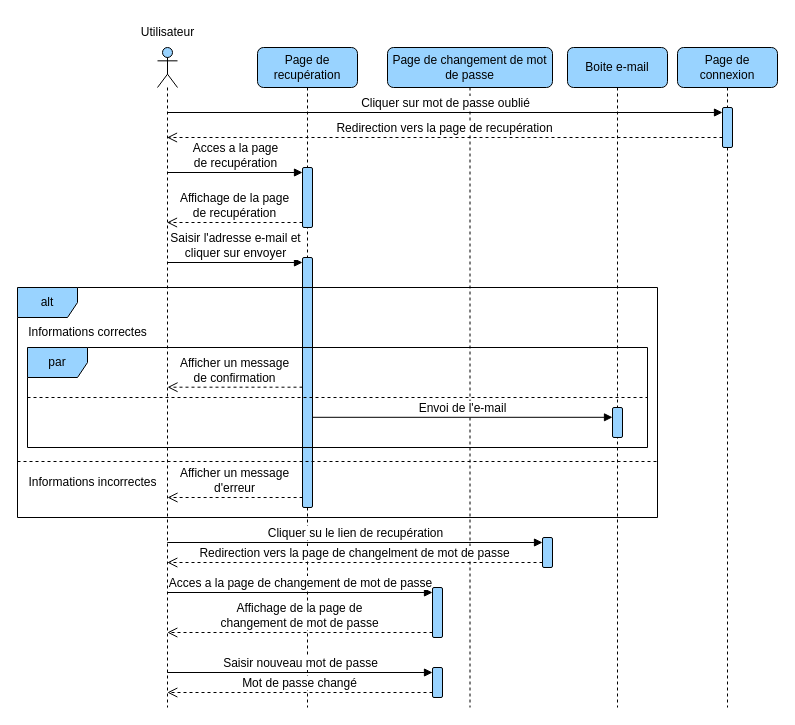
Before: page "password-reset" (3 of 6) of diagrams/sequence.drawio in devlotfi/peage-pay, a draw.io diagram. Source tidied: cells renumbered, new cells numbered last; positions are measured from the earlier drawing's top-left corner, leaving out a move shared by most shapes. Both pictures are drawn from the tidied source at 100%, with x=0, y=0 at pixel (17, 17).
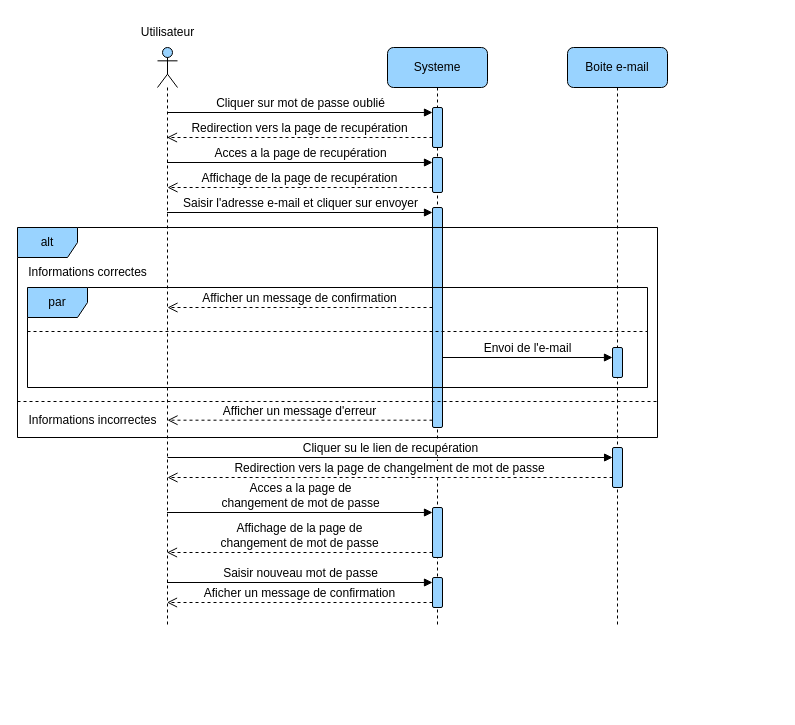
The same diagram, later.

Diff of the diagram source:
```diff
@@
     <mxCell id="2" style="shape=umlLifeline;perimeter=lifelinePerimeter;whiteSpace=wrap;html=1;outlineConnect=0;portConstraint=eastwest;newEdgeStyle={&quot;curved&quot;:0,&quot;rounded&quot;:0};participant=umlActor;rounded=1;strokeColor=default;align=center;verticalAlign=middle;fontFamily=Helvetica;fontSize=12;fontColor=default;fontStyle=0;fillColor=#99D3FF;" parent="1" vertex="1">
-      <mxGeometry x="140" y="30" width="20" height="660" as="geometry" />
+      <mxGeometry x="140" y="30" width="20" height="580" as="geometry" />
     </mxCell>
-    <mxCell id="3" value="Page de connexion" style="shape=umlLifeline;perimeter=lifelinePerimeter;whiteSpace=wrap;html=1;newEdgeStyle={&quot;curved&quot;:0,&quot;rounded&quot;:0};rounded=1;strokeColor=default;align=center;verticalAlign=middle;fontFamily=Helvetica;fontSize=12;fontColor=default;fontStyle=0;fillColor=#99D3FF;" parent="1" vertex="1">
-      <mxGeometry x="660" y="30" width="100" height="660" as="geometry" />
-    </mxCell>
-    <mxCell id="4" style="html=1;points=[[0,0,0,0,5],[0,1,0,0,-5],[1,0,0,0,5],[1,1,0,0,-5]];perimeter=orthogonalPerimeter;outlineConnect=0;targetShapes=umlLifeline;portConstraint=eastwest;newEdgeStyle={&quot;curved&quot;:0,&quot;rounded&quot;:0};rounded=1;strokeColor=default;align=center;verticalAlign=middle;fontFamily=Helvetica;fontSize=12;fontColor=default;fontStyle=0;fillColor=#99D3FF;" parent="3" vertex="1">
-      <mxGeometry x="45" y="60" width="10" height="40" as="geometry" />
-    </mxCell>
-    <mxCell id="5" value="Page de recupération" style="shape=umlLifeline;perimeter=lifelinePerimeter;whiteSpace=wrap;html=1;newEdgeStyle={&quot;curved&quot;:0,&quot;rounded&quot;:0};rounded=1;strokeColor=default;align=center;verticalAlign=middle;fontFamily=Helvetica;fontSize=12;fontColor=default;fontStyle=0;fillColor=#99D3FF;" parent="1" vertex="1">
-      <mxGeometry x="240" y="30" width="100" height="660" as="geometry" />
-    </mxCell>
-    <mxCell id="6" style="html=1;points=[[0,0,0,0,5],[0,1,0,0,-5],[1,0,0,0,5],[1,1,0,0,-5]];perimeter=orthogonalPerimeter;outlineConnect=0;targetShapes=umlLifeline;portConstraint=eastwest;newEdgeStyle={&quot;curved&quot;:0,&quot;rounded&quot;:0};rounded=1;strokeColor=default;align=center;verticalAlign=middle;fontFamily=Helvetica;fontSize=12;fontColor=default;fontStyle=0;fillColor=#99D3FF;" parent="5" vertex="1">
-      <mxGeometry x="45" y="120" width="10" height="60" as="geometry" />
-    </mxCell>
-    <mxCell id="7" style="html=1;points=[[0,0,0,0,5],[0,1,0,0,-5],[1,0,0,0,5],[1,1,0,0,-5]];perimeter=orthogonalPerimeter;outlineConnect=0;targetShapes=umlLifeline;portConstraint=eastwest;newEdgeStyle={&quot;curved&quot;:0,&quot;rounded&quot;:0};rounded=1;strokeColor=default;align=center;verticalAlign=middle;fontFamily=Helvetica;fontSize=12;fontColor=default;fontStyle=0;fillColor=#99D3FF;" parent="5" vertex="1">
-      <mxGeometry x="45" y="210" width="10" height="250" as="geometry" />
-    </mxCell>
-    <mxCell id="8" value="Page de changement de mot de passe" style="shape=umlLifeline;perimeter=lifelinePerimeter;whiteSpace=wrap;html=1;newEdgeStyle={&quot;curved&quot;:0,&quot;rounded&quot;:0};rounded=1;strokeColor=default;align=center;verticalAlign=middle;fontFamily=Helvetica;fontSize=12;fontColor=default;fontStyle=0;fillColor=#99D3FF;" parent="1" vertex="1">
-      <mxGeometry x="370" y="30" width="165" height="660" as="geometry" />
+    <mxCell id="8" value="Systeme" style="shape=umlLifeline;perimeter=lifelinePerimeter;whiteSpace=wrap;html=1;newEdgeStyle={&quot;curved&quot;:0,&quot;rounded&quot;:0};rounded=1;strokeColor=default;align=center;verticalAlign=middle;fontFamily=Helvetica;fontSize=12;fontColor=default;fontStyle=0;fillColor=#99D3FF;" parent="1" vertex="1">
+      <mxGeometry x="370" y="30" width="100" height="580" as="geometry" />
     </mxCell>
     <mxCell id="9" style="html=1;points=[[0,0,0,0,5],[0,1,0,0,-5],[1,0,0,0,5],[1,1,0,0,-5]];perimeter=orthogonalPerimeter;outlineConnect=0;targetShapes=umlLifeline;portConstraint=eastwest;newEdgeStyle={&quot;curved&quot;:0,&quot;rounded&quot;:0};rounded=1;strokeColor=default;align=center;verticalAlign=middle;fontFamily=Helvetica;fontSize=12;fontColor=default;fontStyle=0;fillColor=#99D3FF;" parent="8" vertex="1">
-      <mxGeometry x="45" y="540" width="10" height="50" as="geometry" />
+      <mxGeometry x="45" y="460" width="10" height="50" as="geometry" />
     </mxCell>
     <mxCell id="10" style="html=1;points=[[0,0,0,0,5],[0,1,0,0,-5],[1,0,0,0,5],[1,1,0,0,-5]];perimeter=orthogonalPerimeter;outlineConnect=0;targetShapes=umlLifeline;portConstraint=eastwest;newEdgeStyle={&quot;curved&quot;:0,&quot;rounded&quot;:0};rounded=1;strokeColor=default;align=center;verticalAlign=middle;fontFamily=Helvetica;fontSize=12;fontColor=default;fontStyle=0;fillColor=#99D3FF;" parent="8" vertex="1">
-      <mxGeometry x="45" y="620" width="10" height="30" as="geometry" />
+      <mxGeometry x="45" y="530" width="10" height="30" as="geometry" />
     </mxCell>
-    <mxCell id="11" style="html=1;points=[[0,0,0,0,5],[0,1,0,0,-5],[1,0,0,0,5],[1,1,0,0,-5]];perimeter=orthogonalPerimeter;outlineConnect=0;targetShapes=umlLifeline;portConstraint=eastwest;newEdgeStyle={&quot;curved&quot;:0,&quot;rounded&quot;:0};rounded=1;strokeColor=default;align=center;verticalAlign=middle;fontFamily=Helvetica;fontSize=12;fontColor=default;fontStyle=0;fillColor=#99D3FF;" parent="8" vertex="1">
-      <mxGeometry x="155" y="490" width="10" height="30" as="geometry" />
-    </mxCell>
-    <mxCell id="12" value="Cliquer su le lien de recupération" style="html=1;verticalAlign=bottom;endArrow=block;curved=0;rounded=0;fontFamily=Helvetica;fontSize=12;fontColor=default;fontStyle=0;" parent="8" edge="1">
-      <mxGeometry relative="1" as="geometry">
-        <mxPoint x="-220.2" y="495" as="sourcePoint" />
-        <mxPoint x="155" y="495" as="targetPoint" />
-      </mxGeometry>
-    </mxCell>
-    <mxCell id="13" value="Redirection vers la page de changelment de mot de passe" style="html=1;verticalAlign=bottom;endArrow=open;dashed=1;endSize=8;curved=0;rounded=0;exitX=0;exitY=1;exitDx=0;exitDy=-5;fontFamily=Helvetica;fontSize=12;fontColor=default;fontStyle=0;" parent="8" edge="1" source="11">
-      <mxGeometry relative="1" as="geometry">
-        <mxPoint x="-220.2" y="515" as="targetPoint" />
-      </mxGeometry>
-    </mxCell>
-    <mxCell id="14" value="Acces a la page de changement de mot de passe" style="html=1;verticalAlign=bottom;endArrow=block;curved=0;rounded=0;entryX=0;entryY=0;entryDx=0;entryDy=5;fontFamily=Helvetica;fontSize=12;fontColor=default;fontStyle=0;" parent="8" edge="1" target="9">
-      <mxGeometry relative="1" as="geometry">
-        <mxPoint x="-220.2" y="545" as="sourcePoint" />
-      </mxGeometry>
-    </mxCell>
-    <mxCell id="15" value="Affichage de la page de&lt;br&gt;changement de mot de passe" style="html=1;verticalAlign=bottom;endArrow=open;dashed=1;endSize=8;curved=0;rounded=0;exitX=0;exitY=1;exitDx=0;exitDy=-5;fontFamily=Helvetica;fontSize=12;fontColor=default;fontStyle=0;" parent="8" edge="1" source="9">
-      <mxGeometry relative="1" as="geometry">
-        <mxPoint x="-220.2" y="585" as="targetPoint" />
-      </mxGeometry>
-    </mxCell>
-    <mxCell id="16" value="Saisir nouveau mot de passe" style="html=1;verticalAlign=bottom;endArrow=block;curved=0;rounded=0;entryX=0;entryY=0;entryDx=0;entryDy=5;fontFamily=Helvetica;fontSize=12;fontColor=default;fontStyle=0;" parent="8" edge="1" target="10">
-      <mxGeometry relative="1" as="geometry">
-        <mxPoint x="-220.2" y="625" as="sourcePoint" />
-      </mxGeometry>
-    </mxCell>
-    <mxCell id="17" value="Mot de passe changé" style="html=1;verticalAlign=bottom;endArrow=open;dashed=1;endSize=8;curved=0;rounded=0;exitX=0;exitY=1;exitDx=0;exitDy=-5;fontFamily=Helvetica;fontSize=12;fontColor=default;fontStyle=0;" parent="8" edge="1" source="10">
-      <mxGeometry relative="1" as="geometry">
-        <mxPoint x="-220.2" y="645" as="targetPoint" />
-      </mxGeometry>
-    </mxCell>
+    <mxCell id="4" style="html=1;points=[[0,0,0,0,5],[0,1,0,0,-5],[1,0,0,0,5],[1,1,0,0,-5]];perimeter=orthogonalPerimeter;outlineConnect=0;targetShapes=umlLifeline;portConstraint=eastwest;newEdgeStyle={&quot;curved&quot;:0,&quot;rounded&quot;:0};rounded=1;strokeColor=default;align=center;verticalAlign=middle;fontFamily=Helvetica;fontSize=12;fontColor=default;fontStyle=0;fillColor=#99D3FF;" parent="8" vertex="1">
+      <mxGeometry x="45" y="60" width="10" height="40" as="geometry" />
+    </mxCell>
+    <mxCell id="6" style="html=1;points=[[0,0,0,0,5],[0,1,0,0,-5],[1,0,0,0,5],[1,1,0,0,-5]];perimeter=orthogonalPerimeter;outlineConnect=0;targetShapes=umlLifeline;portConstraint=eastwest;newEdgeStyle={&quot;curved&quot;:0,&quot;rounded&quot;:0};rounded=1;strokeColor=default;align=center;verticalAlign=middle;fontFamily=Helvetica;fontSize=12;fontColor=default;fontStyle=0;fillColor=#99D3FF;" parent="8" vertex="1">
+      <mxGeometry x="45" y="110" width="10" height="35" as="geometry" />
+    </mxCell>
+    <mxCell id="7" style="html=1;points=[[0,0,0,0,5],[0,1,0,0,-5],[1,0,0,0,5],[1,1,0,0,-5]];perimeter=orthogonalPerimeter;outlineConnect=0;targetShapes=umlLifeline;portConstraint=eastwest;newEdgeStyle={&quot;curved&quot;:0,&quot;rounded&quot;:0};rounded=1;strokeColor=default;align=center;verticalAlign=middle;fontFamily=Helvetica;fontSize=12;fontColor=default;fontStyle=0;fillColor=#99D3FF;" parent="8" vertex="1">
+      <mxGeometry x="45" y="160" width="10" height="220" as="geometry" />
+    </mxCell>
     <mxCell id="18" value="Boite e-mail" style="shape=umlLifeline;perimeter=lifelinePerimeter;whiteSpace=wrap;html=1;newEdgeStyle={&quot;curved&quot;:0,&quot;rounded&quot;:0};rounded=1;strokeColor=default;align=center;verticalAlign=middle;fontFamily=Helvetica;fontSize=12;fontColor=default;fontStyle=0;fillColor=#99D3FF;" parent="1" vertex="1">
-      <mxGeometry x="550" y="30" width="100" height="660" as="geometry" />
+      <mxGeometry x="550" y="30" width="100" height="580" as="geometry" />
     </mxCell>
     <mxCell id="19" style="html=1;perimeter=orthogonalPerimeter;targetShapes=umlLifeline;newEdgeStyle={&quot;curved&quot;:0,&quot;rounded&quot;:0};rounded=1;strokeColor=default;align=center;verticalAlign=middle;fontFamily=Helvetica;fontSize=12;fontColor=default;fontStyle=0;fillColor=#99D3FF;" parent="18" vertex="1">
-      <mxGeometry x="45" y="360" width="10" height="30" as="geometry" />
+      <mxGeometry x="45" y="300" width="10" height="30" as="geometry" />
     </mxCell>
+    <mxCell id="11" style="html=1;points=[[0,0,0,0,5],[0,1,0,0,-5],[1,0,0,0,5],[1,1,0,0,-5]];perimeter=orthogonalPerimeter;outlineConnect=0;targetShapes=umlLifeline;portConstraint=eastwest;newEdgeStyle={&quot;curved&quot;:0,&quot;rounded&quot;:0};rounded=1;strokeColor=default;align=center;verticalAlign=middle;fontFamily=Helvetica;fontSize=12;fontColor=default;fontStyle=0;fillColor=#99D3FF;" parent="18" vertex="1">
+      <mxGeometry x="45" y="400" width="10" height="40" as="geometry" />
+    </mxCell>
@@
-    <mxCell id="21" value="Redirection vers la page de recupération" style="html=1;verticalAlign=bottom;endArrow=open;dashed=1;endSize=8;curved=0;rounded=0;exitX=0;exitY=1;exitDx=0;exitDy=-5;fontFamily=Helvetica;fontSize=12;fontColor=default;fontStyle=0;" parent="1" edge="1">
+    <mxCell id="21" value="Redirection vers la page de recupération" style="html=1;verticalAlign=bottom;endArrow=open;dashed=1;endSize=8;curved=0;rounded=0;fontFamily=Helvetica;fontSize=12;fontColor=default;fontStyle=0;" parent="1" edge="1" source="4">
       <mxGeometry relative="1" as="geometry">
-        <mxPoint x="705" y="120" as="sourcePoint" />
         <mxPoint x="149.5" y="120" as="targetPoint" />
       </mxGeometry>
     </mxCell>
-    <mxCell id="22" value="Acces a la page&lt;br&gt;de recupération" style="html=1;verticalAlign=bottom;endArrow=block;curved=0;rounded=0;entryX=0;entryY=0;entryDx=0;entryDy=5;fontFamily=Helvetica;fontSize=12;fontColor=default;fontStyle=0;" parent="1" edge="1" source="2" target="6">
+    <mxCell id="22" value="Acces a la page de recupération" style="html=1;verticalAlign=bottom;endArrow=block;curved=0;rounded=0;entryX=0;entryY=0;entryDx=0;entryDy=5;fontFamily=Helvetica;fontSize=12;fontColor=default;fontStyle=0;" parent="1" edge="1" source="2" target="6">
       <mxGeometry relative="1" as="geometry" />
     </mxCell>
-    <mxCell id="23" value="Affichage de la page&lt;br style=&quot;border-color: var(--border-color);&quot;&gt;de recupération" style="html=1;verticalAlign=bottom;endArrow=open;dashed=1;endSize=8;curved=0;rounded=0;exitX=0;exitY=1;exitDx=0;exitDy=-5;fontFamily=Helvetica;fontSize=12;fontColor=default;fontStyle=0;" parent="1" edge="1" source="6" target="2">
-      <mxGeometry relative="1" as="geometry" />
+    <mxCell id="23" value="Affichage de la page de recupération" style="html=1;verticalAlign=bottom;endArrow=open;dashed=1;endSize=8;curved=0;rounded=0;exitX=0;exitY=1;exitDx=0;exitDy=-5;fontFamily=Helvetica;fontSize=12;fontColor=default;fontStyle=0;" parent="1" edge="1">
+      <mxGeometry relative="1" as="geometry">
+        <mxPoint x="415.1" y="170" as="sourcePoint" />
+        <mxPoint x="150" y="170" as="targetPoint" />
+      </mxGeometry>
     </mxCell>
-    <mxCell id="24" value="Saisir l'adresse e-mail et&lt;br&gt;cliquer sur envoyer" style="html=1;verticalAlign=bottom;endArrow=block;curved=0;rounded=0;entryX=0;entryY=0;entryDx=0;entryDy=5;fontFamily=Helvetica;fontSize=12;fontColor=default;fontStyle=0;" parent="1" edge="1" source="2" target="7">
+    <mxCell id="24" value="Saisir l'adresse e-mail et cliquer sur envoyer" style="html=1;verticalAlign=bottom;endArrow=block;curved=0;rounded=0;entryX=0;entryY=0;entryDx=0;entryDy=5;fontFamily=Helvetica;fontSize=12;fontColor=default;fontStyle=0;" parent="1" edge="1" source="2" target="7">
       <mxGeometry relative="1" as="geometry" />
     </mxCell>
     <mxCell id="25" value="alt" style="shape=umlFrame;whiteSpace=wrap;html=1;rounded=1;strokeColor=default;align=center;verticalAlign=middle;fontFamily=Helvetica;fontSize=12;fontColor=default;fontStyle=0;fillColor=#99D3FF;" parent="1" vertex="1">
-      <mxGeometry y="270" width="640" height="230" as="geometry" />
+      <mxGeometry y="210" width="640" height="210" as="geometry" />
     </mxCell>
     <mxCell id="26" value="Informations correctes" style="text;html=1;align=center;verticalAlign=middle;strokeColor=none;fillColor=none;fontFamily=Helvetica;fontSize=12;fontColor=default;fontStyle=0;" parent="1" vertex="1">
-      <mxGeometry y="300" width="140" height="30" as="geometry" />
+      <mxGeometry y="240" width="140" height="30" as="geometry" />
     </mxCell>
     <mxCell id="27" value="Informations incorrectes" style="text;html=1;align=center;verticalAlign=middle;strokeColor=none;fillColor=none;fontFamily=Helvetica;fontSize=12;fontColor=default;fontStyle=0;" parent="1" vertex="1">
-      <mxGeometry y="450" width="150" height="30" as="geometry" />
+      <mxGeometry y="388" width="150" height="30" as="geometry" />
     </mxCell>
-    <mxCell id="28" value="Afficher un message&lt;br&gt;d'erreur" style="html=1;verticalAlign=bottom;endArrow=open;dashed=1;endSize=8;curved=0;rounded=0;fontFamily=Helvetica;fontSize=12;fontColor=default;fontStyle=0;" parent="1" edge="1">
+    <mxCell id="28" value="Afficher un message d'erreur" style="html=1;verticalAlign=bottom;endArrow=open;dashed=1;endSize=8;curved=0;rounded=0;fontFamily=Helvetica;fontSize=12;fontColor=default;fontStyle=0;" parent="1" edge="1" source="7">
       <mxGeometry relative="1" as="geometry">
-        <mxPoint x="285.1" y="480" as="sourcePoint" />
-        <mxPoint x="150" y="480" as="targetPoint" />
+        <mxPoint x="150" y="402.7" as="targetPoint" />
       </mxGeometry>
     </mxCell>
     <mxCell id="29" value="Envoi de l'e-mail" style="html=1;verticalAlign=bottom;endArrow=block;curved=0;rounded=0;fontFamily=Helvetica;fontSize=12;fontColor=default;fontStyle=0;" parent="1" edge="1">
       <mxGeometry relative="1" as="geometry">
-        <mxPoint x="295" y="399.8" as="sourcePoint" />
-        <mxPoint x="595" y="399.8" as="targetPoint" />
+        <mxPoint x="425" y="340" as="sourcePoint" />
+        <mxPoint x="595" y="340" as="targetPoint" />
       </mxGeometry>
     </mxCell>
     <mxCell id="30" style="line;strokeWidth=1;fillColor=none;align=left;verticalAlign=middle;spacingTop=-1;spacingLeft=3;spacingRight=3;labelPosition=right;strokeColor=inherit;rounded=1;fontFamily=Helvetica;fontSize=12;fontColor=default;fontStyle=0;dashed=1;" parent="1" vertex="1">
-      <mxGeometry y="440" width="640" height="8" as="geometry" />
+      <mxGeometry y="380" width="640" height="8" as="geometry" />
     </mxCell>
     <mxCell id="31" value="par" style="shape=umlFrame;whiteSpace=wrap;html=1;rounded=1;strokeColor=default;align=center;verticalAlign=middle;fontFamily=Helvetica;fontSize=12;fontColor=default;fontStyle=0;fillColor=#99D3FF;" parent="1" vertex="1">
-      <mxGeometry x="10" y="330" width="620" height="100" as="geometry" />
+      <mxGeometry x="10" y="270" width="620" height="100" as="geometry" />
     </mxCell>
     <mxCell id="32" style="line;strokeWidth=1;fillColor=none;align=left;verticalAlign=middle;spacingTop=-1;spacingLeft=3;spacingRight=3;labelPosition=right;strokeColor=inherit;rounded=1;fontFamily=Helvetica;fontSize=12;fontColor=default;fontStyle=0;dashed=1;" parent="1" vertex="1">
-      <mxGeometry x="10" y="376" width="620" height="8" as="geometry" />
+      <mxGeometry x="10" y="310" width="620" height="8" as="geometry" />
     </mxCell>
-    <mxCell id="33" value="Afficher un message&lt;br&gt;de confirmation" style="html=1;verticalAlign=bottom;endArrow=open;dashed=1;endSize=8;curved=0;rounded=0;exitX=0;exitY=1;exitDx=0;exitDy=-5;fontFamily=Helvetica;fontSize=12;fontColor=default;fontStyle=0;" parent="1" edge="1">
+    <mxCell id="33" value="Afficher un message de confirmation" style="html=1;verticalAlign=bottom;endArrow=open;dashed=1;endSize=8;curved=0;rounded=0;fontFamily=Helvetica;fontSize=12;fontColor=default;fontStyle=0;" parent="1" edge="1">
       <mxGeometry relative="1" as="geometry">
-        <mxPoint x="285" y="369.7" as="sourcePoint" />
-        <mxPoint x="150" y="369.7" as="targetPoint" />
+        <mxPoint x="415" y="290" as="sourcePoint" />
+        <mxPoint x="150" y="290" as="targetPoint" />
       </mxGeometry>
     </mxCell>
@@
+    <mxCell id="12" value="Cliquer su le lien de recupération" style="html=1;verticalAlign=bottom;endArrow=block;curved=0;rounded=0;fontFamily=Helvetica;fontSize=12;fontColor=default;fontStyle=0;" parent="1" edge="1">
+      <mxGeometry relative="1" as="geometry">
+        <mxPoint x="150" y="440" as="sourcePoint" />
+        <mxPoint x="595.1" y="440" as="targetPoint" />
+      </mxGeometry>
+    </mxCell>
+    <mxCell id="13" value="Redirection vers la page de changelment de mot de passe" style="html=1;verticalAlign=bottom;endArrow=open;dashed=1;endSize=8;curved=0;rounded=0;exitX=0;exitY=1;exitDx=0;exitDy=-5;fontFamily=Helvetica;fontSize=12;fontColor=default;fontStyle=0;" parent="1" edge="1">
+      <mxGeometry relative="1" as="geometry">
+        <mxPoint x="595.1" y="460" as="sourcePoint" />
+        <mxPoint x="150" y="460" as="targetPoint" />
+      </mxGeometry>
+    </mxCell>
+    <mxCell id="14" value="Acces a la page de&lt;div&gt;changement de mot de passe&lt;/div&gt;" style="html=1;verticalAlign=bottom;endArrow=block;curved=0;rounded=0;entryX=0;entryY=0;entryDx=0;entryDy=5;fontFamily=Helvetica;fontSize=12;fontColor=default;fontStyle=0;" parent="1" edge="1" source="2" target="9">
+      <mxGeometry relative="1" as="geometry" />
+    </mxCell>
+    <mxCell id="15" value="Affichage de la page de&lt;br&gt;changement de mot de passe" style="html=1;verticalAlign=bottom;endArrow=open;dashed=1;endSize=8;curved=0;rounded=0;exitX=0;exitY=1;exitDx=0;exitDy=-5;fontFamily=Helvetica;fontSize=12;fontColor=default;fontStyle=0;" parent="1" edge="1" source="9" target="2">
+      <mxGeometry relative="1" as="geometry" />
+    </mxCell>
+    <mxCell id="16" value="Saisir nouveau mot de passe" style="html=1;verticalAlign=bottom;endArrow=block;curved=0;rounded=0;entryX=0;entryY=0;entryDx=0;entryDy=5;fontFamily=Helvetica;fontSize=12;fontColor=default;fontStyle=0;" parent="1" edge="1" source="2" target="10">
+      <mxGeometry relative="1" as="geometry" />
+    </mxCell>
+    <mxCell id="17" value="Aficher un message de confirmation" style="html=1;verticalAlign=bottom;endArrow=open;dashed=1;endSize=8;curved=0;rounded=0;exitX=0;exitY=1;exitDx=0;exitDy=-5;fontFamily=Helvetica;fontSize=12;fontColor=default;fontStyle=0;" parent="1" edge="1" source="10" target="2">
+      <mxGeometry relative="1" as="geometry" />
+    </mxCell>
```
